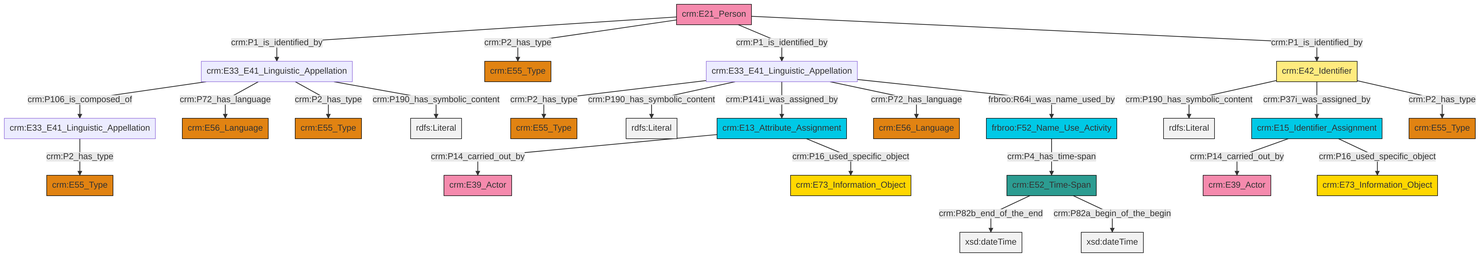
Before: et/personCSV/ttl/mmd/png/Person_Names_and_Classification.png, a diagram exported from Mermaid (swiss-art-research-net/reference-data-models). Its source is kept beside it as et/personCSV/ttl/mmd/Person_Names_and_Classification.ttl.mmd.
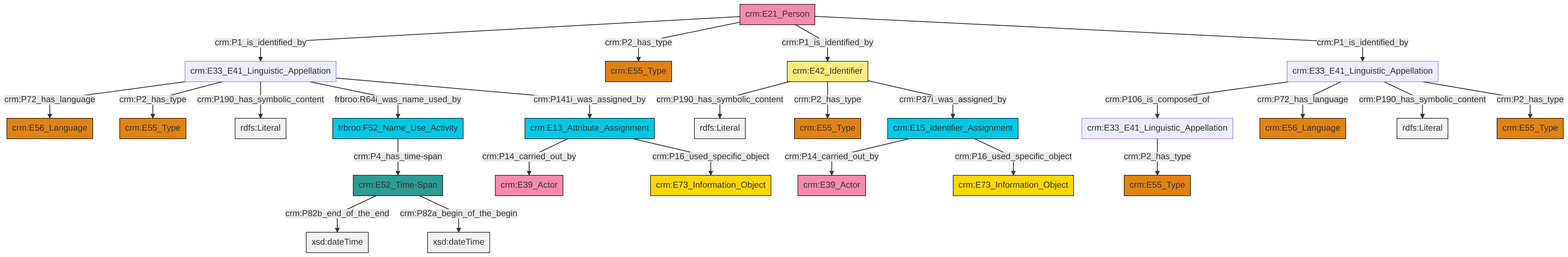
The same diagram one commit later.

Change to the diagram source:
```diff
@@ -13,27 +13,27 @@
 classDef PC_Classes fill:#4ce600, stroke:#000000;
 classDef Multi fill:#cccccc,stroke:#000000;
 
-8["crm:E33_E41_Linguistic_Appellation"]:::Default -->|crm:P106_is_composed_of| 4["crm:E33_E41_Linguistic_Appellation"]:::Default
-9["crm:E33_E41_Linguistic_Appellation"]:::Default -->|crm:P2_has_type| 10["crm:E55_Type"]:::Type
-8["crm:E33_E41_Linguistic_Appellation"]:::Default -->|crm:P72_has_language| 11["crm:E56_Language"]:::Type
-12["crm:E52_Time-Span"]:::Time-Span -->|crm:P82b_end_of_the_end| 14[xsd:dateTime]:::Literal
-19["crm:E13_Attribute_Assignment"]:::Temporal_Entity -->|crm:P14_carried_out_by| 0["crm:E39_Actor"]:::Actor
-9["crm:E33_E41_Linguistic_Appellation"]:::Default -->|crm:P190_has_symbolic_content| 23[rdfs:Literal]:::Literal
+0["crm:E33_E41_Linguistic_Appellation"]:::Default -->|crm:P106_is_composed_of| 1["crm:E33_E41_Linguistic_Appellation"]:::Default
+2["crm:E21_Person"]:::Actor -->|crm:P1_is_identified_by| 3["crm:E33_E41_Linguistic_Appellation"]:::Default
+1["crm:E33_E41_Linguistic_Appellation"]:::Default -->|crm:P2_has_type| 5["crm:E55_Type"]:::Type
+3["crm:E33_E41_Linguistic_Appellation"]:::Default -->|crm:P72_has_language| 7["crm:E56_Language"]:::Type
+2["crm:E21_Person"]:::Actor -->|crm:P2_has_type| 8["crm:E55_Type"]:::Type
+0["crm:E33_E41_Linguistic_Appellation"]:::Default -->|crm:P72_has_language| 18["crm:E56_Language"]:::Type
+19["crm:E13_Attribute_Assignment"]:::Temporal_Entity -->|crm:P14_carried_out_by| 20["crm:E39_Actor"]:::Actor
+2["crm:E21_Person"]:::Actor -->|crm:P1_is_identified_by| 21["crm:E42_Identifier"]:::Appellation
+3["crm:E33_E41_Linguistic_Appellation"]:::Default -->|crm:P2_has_type| 24["crm:E55_Type"]:::Type
+3["crm:E33_E41_Linguistic_Appellation"]:::Default -->|crm:P190_has_symbolic_content| 26[rdfs:Literal]:::Literal
+3["crm:E33_E41_Linguistic_Appellation"]:::Default -->|frbroo:R64i_was_name_used_by| 28["frbroo:F52_Name_Use_Activity"]:::Temporal_Entity
+0["crm:E33_E41_Linguistic_Appellation"]:::Default -->|crm:P190_has_symbolic_content| 29[rdfs:Literal]:::Literal
+3["crm:E33_E41_Linguistic_Appellation"]:::Default -->|crm:P141i_was_assigned_by| 19["crm:E13_Attribute_Assignment"]:::Temporal_Entity
+21["crm:E42_Identifier"]:::Appellation -->|crm:P190_has_symbolic_content| 32[rdfs:Literal]:::Literal
+21["crm:E42_Identifier"]:::Appellation -->|crm:P2_has_type| 33["crm:E55_Type"]:::Type
 19["crm:E13_Attribute_Assignment"]:::Temporal_Entity -->|crm:P16_used_specific_object| 15["crm:E73_Information_Object"]:::Conceptual_Object
-6["crm:E21_Person"]:::Actor -->|crm:P1_is_identified_by| 8["crm:E33_E41_Linguistic_Appellation"]:::Default
-8["crm:E33_E41_Linguistic_Appellation"]:::Default -->|crm:P2_has_type| 2["crm:E55_Type"]:::Type
-8["crm:E33_E41_Linguistic_Appellation"]:::Default -->|crm:P190_has_symbolic_content| 33[rdfs:Literal]:::Literal
-6["crm:E21_Person"]:::Actor -->|crm:P2_has_type| 27["crm:E55_Type"]:::Type
-9["crm:E33_E41_Linguistic_Appellation"]:::Default -->|crm:P141i_was_assigned_by| 19["crm:E13_Attribute_Assignment"]:::Temporal_Entity
-4["crm:E33_E41_Linguistic_Appellation"]:::Default -->|crm:P2_has_type| 29["crm:E55_Type"]:::Type
-38["crm:E15_Identifier_Assignment"]:::Temporal_Entity -->|crm:P14_carried_out_by| 34["crm:E39_Actor"]:::Actor
-39["crm:E42_Identifier"]:::Appellation -->|crm:P190_has_symbolic_content| 40[rdfs:Literal]:::Literal
-38["crm:E15_Identifier_Assignment"]:::Temporal_Entity -->|crm:P16_used_specific_object| 36["crm:E73_Information_Object"]:::Conceptual_Object
-39["crm:E42_Identifier"]:::Appellation -->|crm:P37i_was_assigned_by| 38["crm:E15_Identifier_Assignment"]:::Temporal_Entity
-9["crm:E33_E41_Linguistic_Appellation"]:::Default -->|crm:P72_has_language| 17["crm:E56_Language"]:::Type
-21["frbroo:F52_Name_Use_Activity"]:::Temporal_Entity -->|crm:P4_has_time-span| 12["crm:E52_Time-Span"]:::Time-Span
-12["crm:E52_Time-Span"]:::Time-Span -->|crm:P82a_begin_of_the_begin| 46[xsd:dateTime]:::Literal
-6["crm:E21_Person"]:::Actor -->|crm:P1_is_identified_by| 9["crm:E33_E41_Linguistic_Appellation"]:::Default
-39["crm:E42_Identifier"]:::Appellation -->|crm:P2_has_type| 24["crm:E55_Type"]:::Type
-9["crm:E33_E41_Linguistic_Appellation"]:::Default -->|frbroo:R64i_was_name_used_by| 21["frbroo:F52_Name_Use_Activity"]:::Temporal_Entity
-6["crm:E21_Person"]:::Actor -->|crm:P1_is_identified_by| 39["crm:E42_Identifier"]:::Appellation
+28["frbroo:F52_Name_Use_Activity"]:::Temporal_Entity -->|crm:P4_has_time-span| 13["crm:E52_Time-Span"]:::Time-Span
+13["crm:E52_Time-Span"]:::Time-Span -->|crm:P82b_end_of_the_end| 40[xsd:dateTime]:::Literal
+2["crm:E21_Person"]:::Actor -->|crm:P1_is_identified_by| 0["crm:E33_E41_Linguistic_Appellation"]:::Default
+13["crm:E52_Time-Span"]:::Time-Span -->|crm:P82a_begin_of_the_begin| 42[xsd:dateTime]:::Literal
+43["crm:E15_Identifier_Assignment"]:::Temporal_Entity -->|crm:P14_carried_out_by| 22["crm:E39_Actor"]:::Actor
+0["crm:E33_E41_Linguistic_Appellation"]:::Default -->|crm:P2_has_type| 38["crm:E55_Type"]:::Type
+21["crm:E42_Identifier"]:::Appellation -->|crm:P37i_was_assigned_by| 43["crm:E15_Identifier_Assignment"]:::Temporal_Entity
+43["crm:E15_Identifier_Assignment"]:::Temporal_Entity -->|crm:P16_used_specific_object| 10["crm:E73_Information_Object"]:::Conceptual_Object
```
